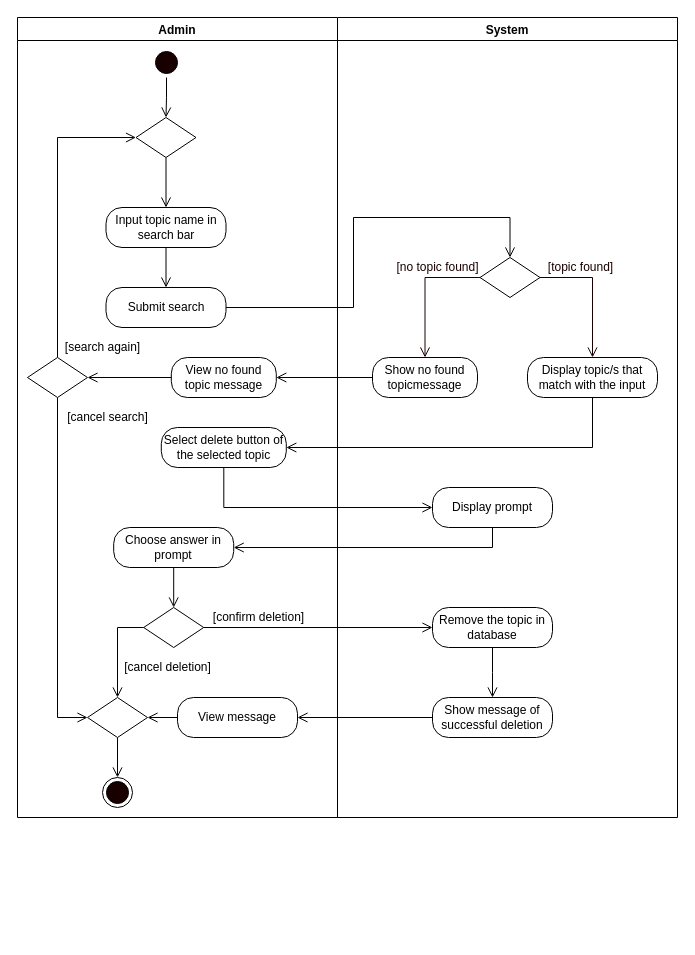
mrklglsn/CAPSTONE-FILES keeps this draw.io diagram as page "Delete Topic" (6 of 12) of REVISIONS/UML-DIAGRAMS/6-28-2021/ACTIVITY DIAGRAM/ACTIVITY DIAGRAM2.drawio. Above is the earlier version. Source tidied: cells renumbered, new cells numbered last; positions are measured from the earlier drawing's top-left corner, leaving out a move shared by most shapes. Both pictures are drawn from the tidied source at 100%, with x=0, y=0 at pixel (17, 17).
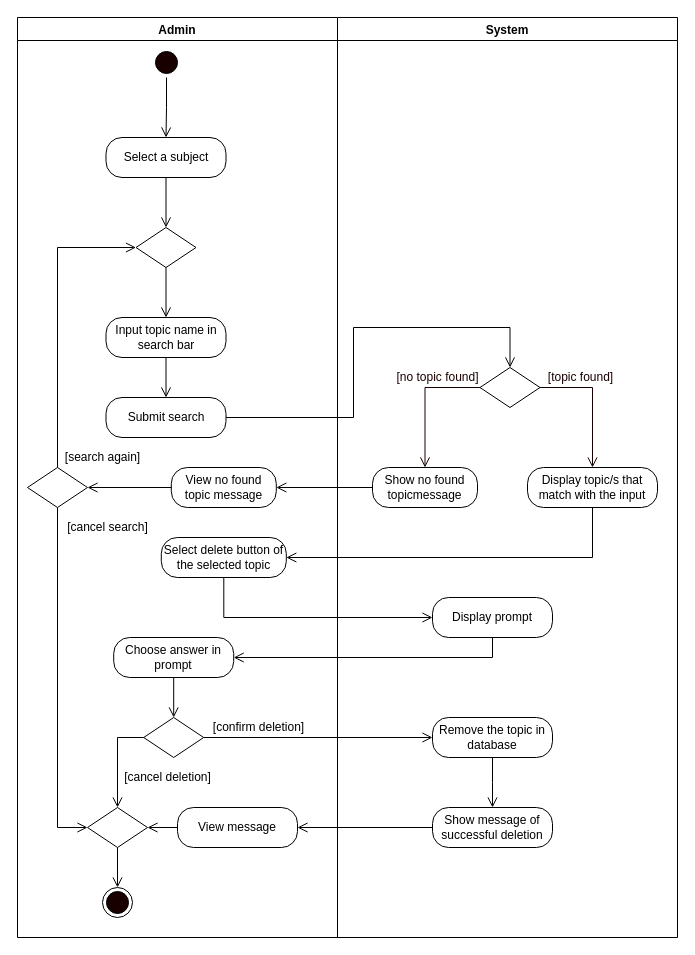
After the change.

The change refers to these unchanged cells:
```xml
<mxCell id="3" style="ellipse;html=1;shape=startState;fillColor=#190000;" parent="2" vertex="1">
  <mxGeometry x="134" y="30" width="30" height="30" as="geometry" />
</mxCell>
```

The edit, as a diff of the source:
```diff
@@
     <mxCell id="2" value="Admin" style="swimlane;startSize=23;" parent="1" vertex="1">
-      <mxGeometry width="320" height="800" as="geometry" />
+      <mxGeometry width="320" height="920" as="geometry" />
     </mxCell>
+    <mxCell id="48" style="edgeStyle=orthogonalEdgeStyle;rounded=0;jettySize=auto;html=1;exitX=0.5;exitY=1;exitDx=0;exitDy=0;endArrow=open;endFill=0;endSize=8;" parent="2" edge="1" source="3" target="49">
+      <mxGeometry relative="1" as="geometry" />
+    </mxCell>
@@
     <mxCell id="4" value="Select delete button of the selected topic" style="rounded=1;whiteSpace=wrap;html=1;arcSize=40;" parent="2" vertex="1">
-      <mxGeometry x="143.8" y="410" width="125" height="40" as="geometry" />
+      <mxGeometry x="143.8" y="520" width="125" height="40" as="geometry" />
     </mxCell>
     <mxCell id="5" value="Submit search" style="rounded=1;whiteSpace=wrap;html=1;arcSize=40;" parent="2" vertex="1">
-      <mxGeometry x="88.5" y="270" width="120" height="40" as="geometry" />
+      <mxGeometry x="88.5" y="380" width="120" height="40" as="geometry" />
     </mxCell>
     <mxCell id="6" value="[search again]" style="text;html=1;align=center;verticalAlign=middle;strokeColor=none;rotation=0;" parent="2" vertex="1">
-      <mxGeometry x="39.9" y="320" width="90" height="20" as="geometry" />
+      <mxGeometry x="39.9" y="430" width="90" height="20" as="geometry" />
     </mxCell>
     <mxCell id="7" value="[cancel search]" style="text;html=1;align=center;verticalAlign=middle;strokeColor=none;rotation=0;" parent="2" vertex="1">
-      <mxGeometry x="39.9" y="390" width="100" height="20" as="geometry" />
+      <mxGeometry x="39.9" y="500" width="100" height="20" as="geometry" />
     </mxCell>
     <mxCell id="8" value="View no found topic message" style="rounded=1;whiteSpace=wrap;html=1;arcSize=40;" parent="2" vertex="1">
-      <mxGeometry x="153.8" y="340" width="105" height="40" as="geometry" />
+      <mxGeometry x="153.8" y="450" width="105" height="40" as="geometry" />
     </mxCell>
@@
     <mxCell id="10" style="rhombus;whiteSpace=wrap;html=1;" parent="2" vertex="1">
-      <mxGeometry x="10" y="340" width="60" height="40" as="geometry" />
+      <mxGeometry x="10" y="450" width="60" height="40" as="geometry" />
     </mxCell>
@@
     <mxCell id="12" style="rhombus;whiteSpace=wrap;html=1;" parent="2" vertex="1">
-      <mxGeometry x="126.2" y="590" width="60" height="40" as="geometry" />
+      <mxGeometry x="126.2" y="700" width="60" height="40" as="geometry" />
     </mxCell>
     <mxCell id="13" value="[confirm deletion]" style="text;html=1;align=center;verticalAlign=middle;strokeColor=none;" parent="2" vertex="1">
-      <mxGeometry x="186.2" y="590" width="110" height="20" as="geometry" />
+      <mxGeometry x="186.2" y="700" width="110" height="20" as="geometry" />
     </mxCell>
     <mxCell id="14" value="[cancel deletion]" style="text;html=1;align=center;verticalAlign=middle;strokeColor=none;" parent="2" vertex="1">
-      <mxGeometry x="100" y="640" width="100" height="20" as="geometry" />
+      <mxGeometry x="100" y="750" width="100" height="20" as="geometry" />
     </mxCell>
     <mxCell id="15" style="ellipse;html=1;shape=endState;fillColor=#190000;" parent="2" vertex="1">
-      <mxGeometry x="85" y="760" width="30" height="30" as="geometry" />
+      <mxGeometry x="85" y="870" width="30" height="30" as="geometry" />
     </mxCell>
     <mxCell id="16" value="View message" style="rounded=1;whiteSpace=wrap;html=1;arcSize=40;" parent="2" vertex="1">
-      <mxGeometry x="160" y="680" width="120" height="40" as="geometry" />
+      <mxGeometry x="160" y="790" width="120" height="40" as="geometry" />
     </mxCell>
@@
     <mxCell id="18" style="rhombus;whiteSpace=wrap;html=1;" parent="2" vertex="1">
-      <mxGeometry x="70" y="680" width="60" height="40" as="geometry" />
+      <mxGeometry x="70" y="790" width="60" height="40" as="geometry" />
     </mxCell>
@@
     <mxCell id="22" value="Choose answer in prompt" style="rounded=1;whiteSpace=wrap;html=1;arcSize=40;" parent="2" vertex="1">
-      <mxGeometry x="96.2" y="510" width="120" height="40" as="geometry" />
+      <mxGeometry x="96.2" y="620" width="120" height="40" as="geometry" />
     </mxCell>
+    <mxCell id="49" value="Select a subject" style="rounded=1;whiteSpace=wrap;html=1;arcSize=40;" parent="2" vertex="1">
+      <mxGeometry x="88.5" y="120" width="120" height="40" as="geometry" />
+    </mxCell>
     <mxCell id="23" value="System" style="swimlane;" parent="1" vertex="1">
-      <mxGeometry x="320" width="340" height="800" as="geometry" />
+      <mxGeometry x="320" width="340" height="920" as="geometry" />
     </mxCell>
     <mxCell id="24" value="Show no found topicmessage" style="rounded=1;whiteSpace=wrap;html=1;arcSize=40;" parent="23" vertex="1">
-      <mxGeometry x="35" y="340" width="105" height="40" as="geometry" />
+      <mxGeometry x="35" y="450" width="105" height="40" as="geometry" />
     </mxCell>
     <mxCell id="25" style="rhombus;whiteSpace=wrap;html=1;" parent="23" vertex="1">
-      <mxGeometry x="142.5" y="240" width="60" height="40" as="geometry" />
+      <mxGeometry x="142.5" y="350" width="60" height="40" as="geometry" />
     </mxCell>
     <mxCell id="26" value="&lt;font color=&quot;#190000&quot;&gt;[topic found]&lt;/font&gt;" style="text;html=1;align=center;verticalAlign=middle;strokeColor=none;fontColor=#FFFFFF;" parent="23" vertex="1">
-      <mxGeometry x="202.5" y="240" width="80" height="20" as="geometry" />
+      <mxGeometry x="202.5" y="350" width="80" height="20" as="geometry" />
     </mxCell>
     <mxCell id="27" value="&lt;font color=&quot;#190000&quot;&gt;[no topic found]&lt;/font&gt;" style="text;html=1;align=center;verticalAlign=middle;strokeColor=none;fontColor=#FFFFFF;" parent="23" vertex="1">
-      <mxGeometry x="50" y="240" width="100" height="20" as="geometry" />
+      <mxGeometry x="50" y="350" width="100" height="20" as="geometry" />
     </mxCell>
@@
     <mxCell id="29" value="Display prompt" style="rounded=1;whiteSpace=wrap;html=1;arcSize=40;" parent="23" vertex="1">
-      <mxGeometry x="95" y="470" width="120" height="40" as="geometry" />
+      <mxGeometry x="95" y="580" width="120" height="40" as="geometry" />
     </mxCell>
     <mxCell id="30" value="Remove the topic in database" style="rounded=1;whiteSpace=wrap;html=1;arcSize=40;" parent="23" vertex="1">
-      <mxGeometry x="95" y="590" width="120" height="40" as="geometry" />
+      <mxGeometry x="95" y="700" width="120" height="40" as="geometry" />
     </mxCell>
     <mxCell id="31" value="Show message of successful deletion" style="rounded=1;whiteSpace=wrap;html=1;arcSize=40;" parent="23" vertex="1">
-      <mxGeometry x="95" y="680" width="120" height="40" as="geometry" />
+      <mxGeometry x="95" y="790" width="120" height="40" as="geometry" />
     </mxCell>
     <mxCell id="32" style="edgeStyle=orthogonalEdgeStyle;rounded=0;jettySize=auto;html=1;exitX=0.5;exitY=1;exitDx=0;exitDy=0;endArrow=open;endFill=0;endSize=8;" parent="23" edge="1" source="30">
       <mxGeometry relative="1" as="geometry">
-        <mxPoint x="155" y="680" as="targetPoint" />
+        <mxPoint x="155" y="790" as="targetPoint" />
       </mxGeometry>
     </mxCell>
     <mxCell id="33" value="Display topic/s that match with the input" style="rounded=1;whiteSpace=wrap;html=1;arcSize=40;" parent="23" vertex="1">
-      <mxGeometry x="190" y="340" width="130" height="40" as="geometry" />
+      <mxGeometry x="190" y="450" width="130" height="40" as="geometry" />
     </mxCell>
@@
     <mxCell id="36" value="Input topic name in search bar" style="rounded=1;whiteSpace=wrap;html=1;arcSize=40;" parent="1" vertex="1">
-      <mxGeometry x="88.5" y="190" width="120" height="40" as="geometry" />
+      <mxGeometry x="88.5" y="300" width="120" height="40" as="geometry" />
     </mxCell>
@@
     <mxCell id="38" style="rhombus;whiteSpace=wrap;html=1;" parent="1" vertex="1">
-      <mxGeometry x="118.5" y="100" width="60" height="40" as="geometry" />
+      <mxGeometry x="118.5" y="210" width="60" height="40" as="geometry" />
     </mxCell>
@@
     <mxCell id="41" style="edgeStyle=orthogonalEdgeStyle;rounded=0;jettySize=auto;html=1;exitX=1;exitY=0.5;exitDx=0;exitDy=0;endArrow=open;endFill=0;endSize=8;entryX=0.5;entryY=0;entryDx=0;entryDy=0;" parent="1" edge="1" source="5" target="25">
       <mxGeometry relative="1" as="geometry">
         <Array as="points">
-          <mxPoint x="336" y="290" />
-          <mxPoint x="336" y="200" />
-          <mxPoint x="493" y="200" />
+          <mxPoint x="336" y="400" />
+          <mxPoint x="336" y="310" />
+          <mxPoint x="493" y="310" />
         </Array>
       </mxGeometry>
     </mxCell>
@@
-    <mxCell id="47" style="edgeStyle=orthogonalEdgeStyle;rounded=0;jettySize=auto;html=1;exitX=0.5;exitY=1;exitDx=0;exitDy=0;entryX=0.5;entryY=0;entryDx=0;entryDy=0;endArrow=open;endFill=0;endSize=8;" parent="1" edge="1" source="3" target="38">
-      <mxGeometry relative="1" as="geometry" />
-    </mxCell>
+    <mxCell id="50" style="edgeStyle=orthogonalEdgeStyle;rounded=0;jettySize=auto;html=1;exitX=0.5;exitY=1;exitDx=0;exitDy=0;entryX=0.5;entryY=0;entryDx=0;entryDy=0;endArrow=open;endFill=0;endSize=8;" parent="1" edge="1" source="49" target="38">
+      <mxGeometry relative="1" as="geometry" />
+    </mxCell>
```
